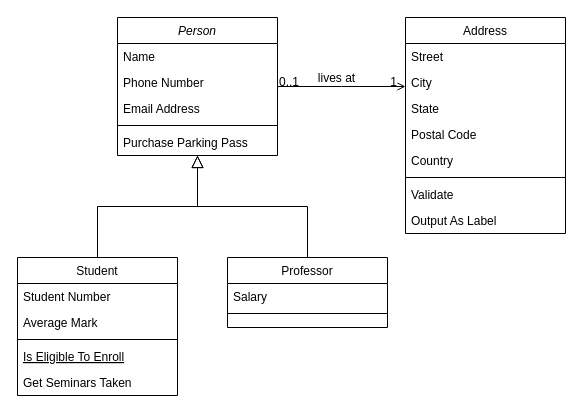
Earlier version of the draw.io diagram Untitled Diagram.drawio (kayleeiacino/Schoolprojects). Source tidied: cells renumbered, new cells numbered last; positions are measured from the earlier drawing's top-left corner, leaving out a move shared by most shapes. Both pictures are drawn from the tidied source at 100%, with x=0, y=0 at pixel (17, 17).
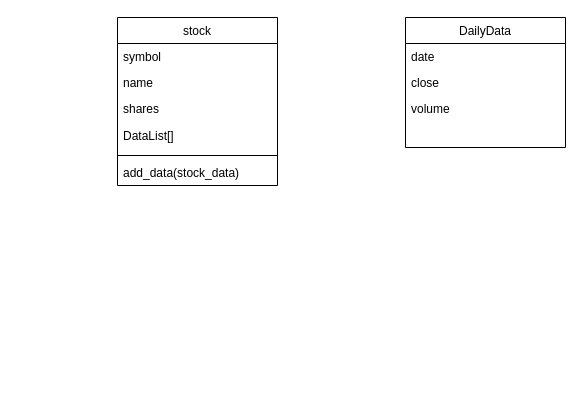
Above is the later version.

The edit, as a diff of the source:
```diff
@@
-    <mxCell id="2" value="Person" style="swimlane;fontStyle=2;align=center;verticalAlign=top;horizontal=1;startSize=26;rounded=0;shadow=0;strokeWidth=1;" parent="1" vertex="1">
-      <mxGeometry x="100" width="160" height="138" as="geometry" />
+    <mxCell id="2" value="stock" style="swimlane;fontStyle=0;align=center;verticalAlign=top;horizontal=1;startSize=26;rounded=0;shadow=0;strokeWidth=1;" parent="1" vertex="1">
+      <mxGeometry x="100" width="160" height="168" as="geometry" />
     </mxCell>
-    <mxCell id="3" value="Name" style="text;align=left;verticalAlign=top;spacingLeft=4;spacingRight=4;overflow=hidden;" parent="2" vertex="1">
+    <mxCell id="3" value="symbol" style="text;align=left;verticalAlign=top;spacingLeft=4;spacingRight=4;overflow=hidden;" parent="2" vertex="1">
       <mxGeometry y="26" width="160" height="26" as="geometry" />
     </mxCell>
-    <mxCell id="4" value="Phone Number" style="text;align=left;verticalAlign=top;spacingLeft=4;spacingRight=4;overflow=hidden;rounded=0;shadow=0;html=0;" parent="2" vertex="1">
+    <mxCell id="4" value="name" style="text;align=left;verticalAlign=top;spacingLeft=4;spacingRight=4;overflow=hidden;rounded=0;shadow=0;html=0;" parent="2" vertex="1">
       <mxGeometry y="52" width="160" height="26" as="geometry" />
     </mxCell>
-    <mxCell id="5" value="Email Address" style="text;align=left;verticalAlign=top;spacingLeft=4;spacingRight=4;overflow=hidden;rounded=0;shadow=0;html=0;" parent="2" vertex="1">
+    <mxCell id="5" value="shares" style="text;align=left;verticalAlign=top;spacingLeft=4;spacingRight=4;overflow=hidden;rounded=0;shadow=0;html=0;" parent="2" vertex="1">
       <mxGeometry y="78" width="160" height="26" as="geometry" />
     </mxCell>
+    <mxCell id="32" value="DataList[]" style="text;strokeColor=none;fillColor=none;align=left;verticalAlign=middle;spacingLeft=4;spacingRight=4;overflow=hidden;whiteSpace=wrap;html=1;" parent="2" vertex="1">
+      <mxGeometry y="104" width="160" height="30" as="geometry" />
+    </mxCell>
     <mxCell id="6" style="line;html=1;strokeWidth=1;align=left;verticalAlign=middle;spacingTop=-1;spacingLeft=3;spacingRight=3;labelPosition=right;" parent="2" vertex="1">
-      <mxGeometry y="104" width="160" height="8" as="geometry" />
+      <mxGeometry y="134" width="160" height="8" as="geometry" />
     </mxCell>
-    <mxCell id="7" value="Purchase Parking Pass" style="text;align=left;verticalAlign=top;spacingLeft=4;spacingRight=4;overflow=hidden;" parent="2" vertex="1">
-      <mxGeometry y="112" width="160" height="26" as="geometry" />
+    <mxCell id="7" value="add_data(stock_data)" style="text;align=left;verticalAlign=top;spacingLeft=4;spacingRight=4;overflow=hidden;" parent="2" vertex="1">
+      <mxGeometry y="142" width="160" height="26" as="geometry" />
     </mxCell>
-    <mxCell id="8" value="Student" style="swimlane;fontStyle=0;align=center;verticalAlign=top;horizontal=1;startSize=26;rounded=0;shadow=0;strokeWidth=1;" parent="1" vertex="1">
-      <mxGeometry y="240" width="160" height="138" as="geometry" />
-    </mxCell>
-    <mxCell id="9" value="Student Number" style="text;align=left;verticalAlign=top;spacingLeft=4;spacingRight=4;overflow=hidden;" parent="8" vertex="1">
-      <mxGeometry y="26" width="160" height="26" as="geometry" />
-    </mxCell>
-    <mxCell id="10" value="Average Mark" style="text;align=left;verticalAlign=top;spacingLeft=4;spacingRight=4;overflow=hidden;rounded=0;shadow=0;html=0;" parent="8" vertex="1">
-      <mxGeometry y="52" width="160" height="26" as="geometry" />
-    </mxCell>
-    <mxCell id="11" style="line;html=1;strokeWidth=1;align=left;verticalAlign=middle;spacingTop=-1;spacingLeft=3;spacingRight=3;labelPosition=right;" parent="8" vertex="1">
-      <mxGeometry y="78" width="160" height="8" as="geometry" />
-    </mxCell>
-    <mxCell id="12" value="Is Eligible To Enroll" style="text;align=left;verticalAlign=top;spacingLeft=4;spacingRight=4;overflow=hidden;fontStyle=4;" parent="8" vertex="1">
-      <mxGeometry y="86" width="160" height="26" as="geometry" />
-    </mxCell>
-    <mxCell id="13" value="Get Seminars Taken" style="text;align=left;verticalAlign=top;spacingLeft=4;spacingRight=4;overflow=hidden;" parent="8" vertex="1">
-      <mxGeometry y="112" width="160" height="26" as="geometry" />
-    </mxCell>
-    <mxCell id="14" style="endArrow=block;endSize=10;endFill=0;shadow=0;strokeWidth=1;rounded=0;edgeStyle=elbowEdgeStyle;elbow=vertical;" parent="1" edge="1" source="8" target="2">
-      <mxGeometry relative="1" as="geometry" />
-    </mxCell>
-    <mxCell id="15" value="Professor" style="swimlane;fontStyle=0;align=center;verticalAlign=top;horizontal=1;startSize=26;rounded=0;shadow=0;strokeWidth=1;" parent="1" vertex="1">
-      <mxGeometry x="210" y="240" width="160" height="70" as="geometry" />
-    </mxCell>
-    <mxCell id="16" value="Salary" style="text;align=left;verticalAlign=top;spacingLeft=4;spacingRight=4;overflow=hidden;" parent="15" vertex="1">
-      <mxGeometry y="26" width="160" height="26" as="geometry" />
-    </mxCell>
-    <mxCell id="17" style="line;html=1;strokeWidth=1;align=left;verticalAlign=middle;spacingTop=-1;spacingLeft=3;spacingRight=3;labelPosition=right;" parent="15" vertex="1">
-      <mxGeometry y="52" width="160" height="8" as="geometry" />
-    </mxCell>
-    <mxCell id="18" style="endArrow=block;endSize=10;endFill=0;shadow=0;strokeWidth=1;rounded=0;edgeStyle=elbowEdgeStyle;elbow=vertical;" parent="1" edge="1" source="15" target="2">
-      <mxGeometry relative="1" as="geometry" />
-    </mxCell>
-    <mxCell id="19" value="Address" style="swimlane;fontStyle=0;align=center;verticalAlign=top;horizontal=1;startSize=26;rounded=0;shadow=0;strokeWidth=1;" parent="1" vertex="1">
-      <mxGeometry x="388" width="160" height="216" as="geometry" />
+    <mxCell id="19" value="DailyData" style="swimlane;fontStyle=0;align=center;verticalAlign=top;horizontal=1;startSize=26;rounded=0;shadow=0;strokeWidth=1;" parent="1" vertex="1">
+      <mxGeometry x="388" width="160" height="130" as="geometry" />
     </mxCell>
-    <mxCell id="20" value="Street" style="text;align=left;verticalAlign=top;spacingLeft=4;spacingRight=4;overflow=hidden;" parent="19" vertex="1">
+    <mxCell id="20" value="date" style="text;align=left;verticalAlign=top;spacingLeft=4;spacingRight=4;overflow=hidden;" parent="19" vertex="1">
       <mxGeometry y="26" width="160" height="26" as="geometry" />
     </mxCell>
-    <mxCell id="21" value="City" style="text;align=left;verticalAlign=top;spacingLeft=4;spacingRight=4;overflow=hidden;rounded=0;shadow=0;html=0;" parent="19" vertex="1">
+    <mxCell id="21" value="close" style="text;align=left;verticalAlign=top;spacingLeft=4;spacingRight=4;overflow=hidden;rounded=0;shadow=0;html=0;" parent="19" vertex="1">
       <mxGeometry y="52" width="160" height="26" as="geometry" />
     </mxCell>
-    <mxCell id="22" value="State" style="text;align=left;verticalAlign=top;spacingLeft=4;spacingRight=4;overflow=hidden;rounded=0;shadow=0;html=0;" parent="19" vertex="1">
+    <mxCell id="22" value="volume" style="text;align=left;verticalAlign=top;spacingLeft=4;spacingRight=4;overflow=hidden;rounded=0;shadow=0;html=0;" parent="19" vertex="1">
       <mxGeometry y="78" width="160" height="26" as="geometry" />
     </mxCell>
-    <mxCell id="23" value="Postal Code" style="text;align=left;verticalAlign=top;spacingLeft=4;spacingRight=4;overflow=hidden;rounded=0;shadow=0;html=0;" parent="19" vertex="1">
-      <mxGeometry y="104" width="160" height="26" as="geometry" />
-    </mxCell>
-    <mxCell id="24" value="Country" style="text;align=left;verticalAlign=top;spacingLeft=4;spacingRight=4;overflow=hidden;rounded=0;shadow=0;html=0;" parent="19" vertex="1">
-      <mxGeometry y="130" width="160" height="26" as="geometry" />
-    </mxCell>
-    <mxCell id="25" style="line;html=1;strokeWidth=1;align=left;verticalAlign=middle;spacingTop=-1;spacingLeft=3;spacingRight=3;labelPosition=right;" parent="19" vertex="1">
-      <mxGeometry y="156" width="160" height="8" as="geometry" />
-    </mxCell>
-    <mxCell id="26" value="Validate" style="text;align=left;verticalAlign=top;spacingLeft=4;spacingRight=4;overflow=hidden;" parent="19" vertex="1">
-      <mxGeometry y="164" width="160" height="26" as="geometry" />
-    </mxCell>
-    <mxCell id="27" value="Output As Label" style="text;align=left;verticalAlign=top;spacingLeft=4;spacingRight=4;overflow=hidden;" parent="19" vertex="1">
-      <mxGeometry y="190" width="160" height="26" as="geometry" />
-    </mxCell>
-    <mxCell id="28" style="endArrow=open;shadow=0;strokeWidth=1;rounded=0;endFill=1;edgeStyle=elbowEdgeStyle;elbow=vertical;" parent="1" edge="1" source="2" target="19">
-      <mxGeometry x="0.5" y="41" relative="1" as="geometry">
-        <mxPoint x="-40" y="32" as="offset" />
-      </mxGeometry>
-    </mxCell>
-    <mxCell id="29" value="0..1" style="align=left;verticalAlign=bottom;labelBackgroundColor=none;fontSize=12;" parent="28" vertex="1">
-      <mxGeometry x="-1" relative="1" as="geometry">
-        <mxPoint y="4" as="offset" />
-      </mxGeometry>
-    </mxCell>
-    <mxCell id="30" value="1" style="align=right;verticalAlign=bottom;labelBackgroundColor=none;fontSize=12;" parent="28" vertex="1">
-      <mxGeometry x="1" relative="1" as="geometry">
-        <mxPoint x="-7" y="4" as="offset" />
-      </mxGeometry>
-    </mxCell>
-    <mxCell id="31" value="lives at" style="text;html=1;align=center;verticalAlign=middle;labelBackgroundColor=none;rounded=0;shadow=0;strokeWidth=1;fontSize=12;" parent="28" vertex="1">
-      <mxGeometry x="0.5" y="49" relative="1" as="geometry">
-        <mxPoint x="-38" y="40" as="offset" />
-      </mxGeometry>
-    </mxCell>
```
